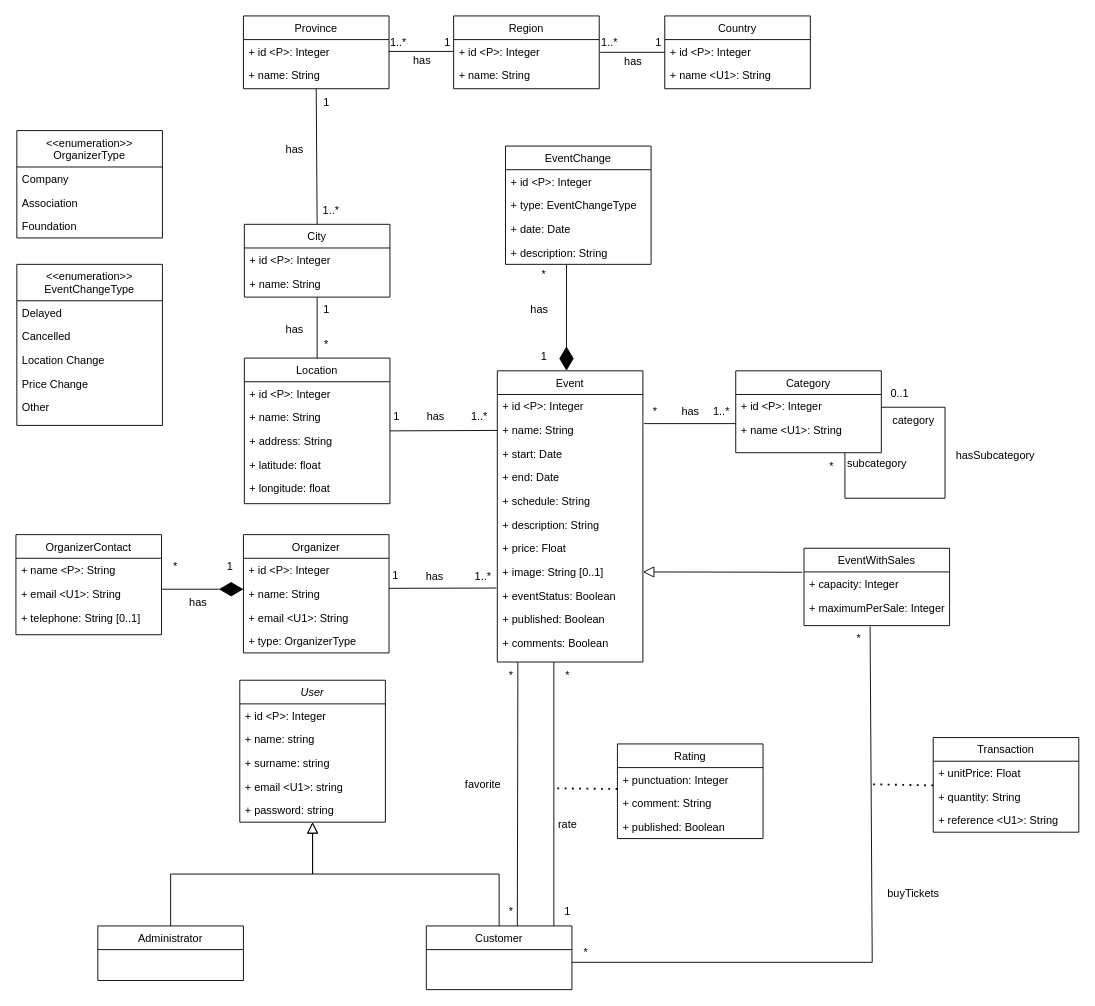
Earlier version of the draw.io diagram diagrams/conceptual-diagram.drawio (danielpilot/event-database). Source tidied: cells renumbered, new cells numbered last; positions are measured from the earlier drawing's top-left corner, leaving out a move shared by most shapes. Both pictures are drawn from the tidied source at 91%, with x=0, y=0 at pixel (15, 15).
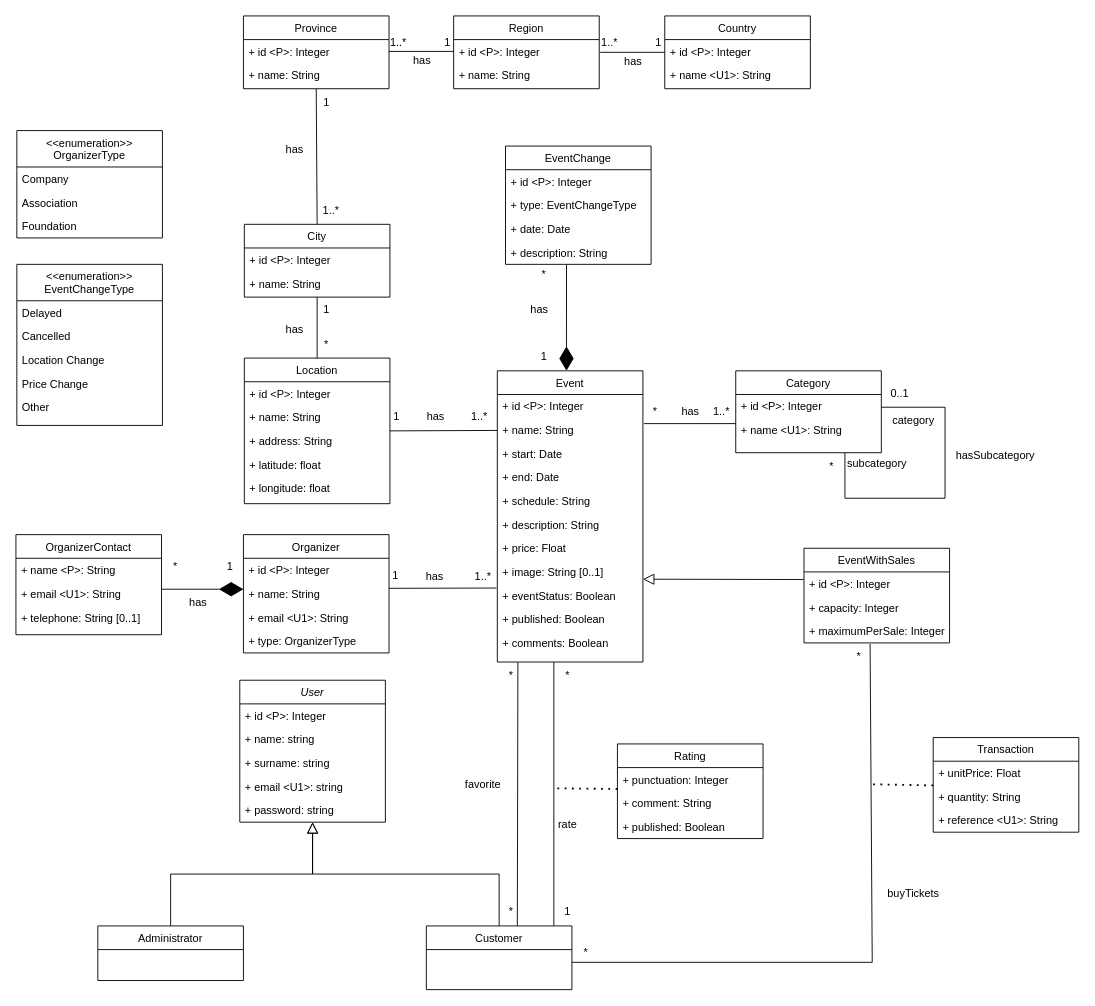
The same diagram, later.

Commit message:
Add ID to event with sales

The change refers to these unchanged cells:
```xml
<mxCell id="20" value="+ image: String [0..1]" style="text;align=left;verticalAlign=top;spacingLeft=4;spacingRight=4;overflow=hidden;points=[[0,0.5],[1,0.5]];portConstraint=eastwest;rounded=0;shadow=0;html=0;" parent="12" vertex="1">
  <mxGeometry y="208" width="160" height="26" as="geometry" />
</mxCell>
```

Change to the diagram source:
```diff
@@
     <mxCell id="127" value="EventWithSales&#10;" style="swimlane;fontStyle=0;align=center;verticalAlign=top;horizontal=1;startSize=26;rounded=0;shadow=0;strokeWidth=1;" parent="1" vertex="1">
-      <mxGeometry x="866" y="585" width="160" height="85" as="geometry" />
+      <mxGeometry x="866" y="585" width="160" height="104" as="geometry" />
     </mxCell>
+    <mxCell id="141" value="+ id &lt;P&gt;: Integer" style="text;align=left;verticalAlign=top;spacingLeft=4;spacingRight=4;overflow=hidden;points=[[0,0.5],[1,0.5]];portConstraint=eastwest;" parent="127" vertex="1">
+      <mxGeometry y="26" width="160" height="26" as="geometry" />
+    </mxCell>
     <mxCell id="128" value="+ capacity: Integer" style="text;align=left;verticalAlign=top;spacingLeft=4;spacingRight=4;overflow=hidden;points=[[0,0.5],[1,0.5]];portConstraint=eastwest;rounded=0;shadow=0;html=0;" parent="127" vertex="1">
-      <mxGeometry y="26" width="160" height="26" as="geometry" />
+      <mxGeometry y="52" width="160" height="26" as="geometry" />
     </mxCell>
     <mxCell id="129" value="+ maximumPerSale: Integer" style="text;align=left;verticalAlign=top;spacingLeft=4;spacingRight=4;overflow=hidden;rounded=0;shadow=0;html=0;" parent="127" vertex="1">
-      <mxGeometry y="52" width="160" height="26" as="geometry" />
+      <mxGeometry y="78" width="160" height="26" as="geometry" />
     </mxCell>
-    <mxCell id="130" style="endArrow=block;endSize=10;endFill=0;shadow=0;strokeWidth=1;rounded=0;curved=0;edgeStyle=elbowEdgeStyle;elbow=vertical;exitX=-0.011;exitY=0.013;exitDx=0;exitDy=0;exitPerimeter=0;" parent="1" edge="1" source="128" target="20">
+    <mxCell id="130" style="endArrow=block;endSize=10;endFill=0;shadow=0;strokeWidth=1;rounded=0;curved=0;edgeStyle=elbowEdgeStyle;elbow=vertical;exitX=-0.002;exitY=0.321;exitDx=0;exitDy=0;exitPerimeter=0;" parent="1" edge="1" source="141" target="20">
       <mxGeometry relative="1" as="geometry" />
     </mxCell>
@@
     <mxCell id="134" value="*" style="text;html=1;align=center;verticalAlign=middle;points=[];strokeColor=none;fillColor=none;" parent="1" vertex="1">
-      <mxGeometry x="911" y="670" width="30" height="30" as="geometry" />
+      <mxGeometry x="911" y="689" width="30" height="30" as="geometry" />
     </mxCell>
```
